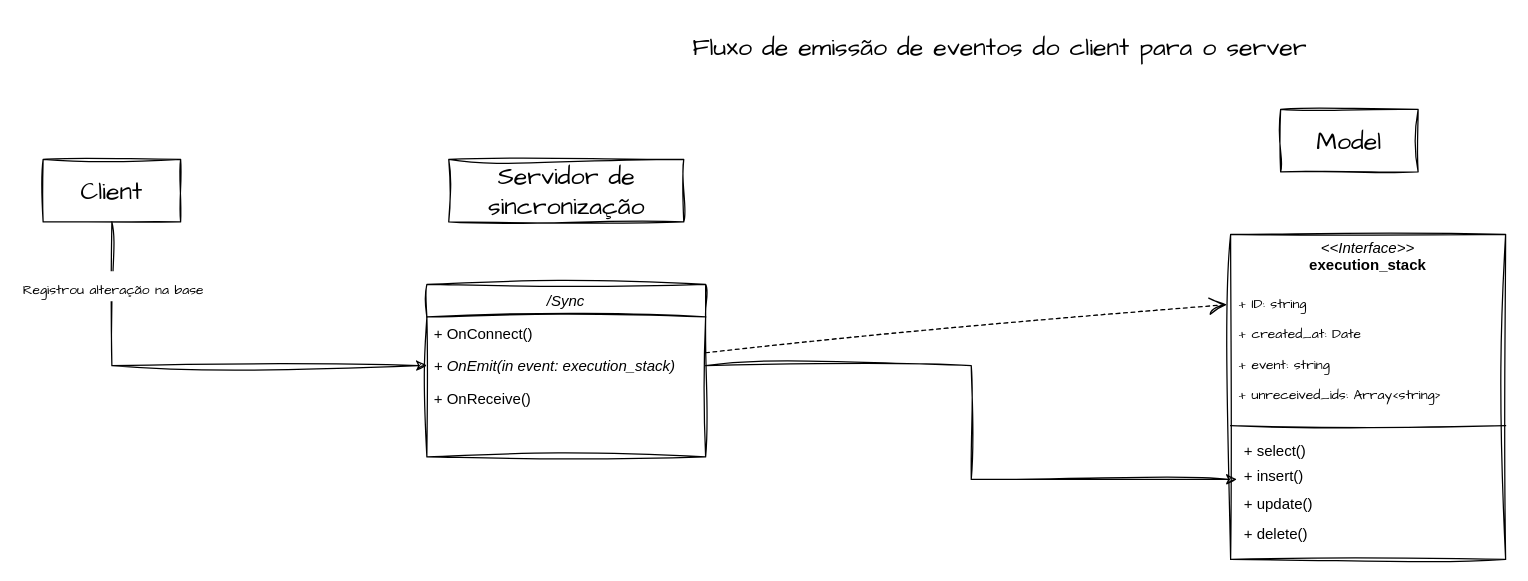
This is page "Emissão de eventos" (2 of 3) of Pulsar Sync.drawio from Vusmonth/uml, a draw.io file, before an edit. Source tidied: cells renumbered, new cells numbered last; positions are measured from the earlier drawing's top-left corner, leaving out a move shared by most shapes. Both pictures are drawn from the tidied source at 125%, with x=0, y=0 at pixel (42, 21).
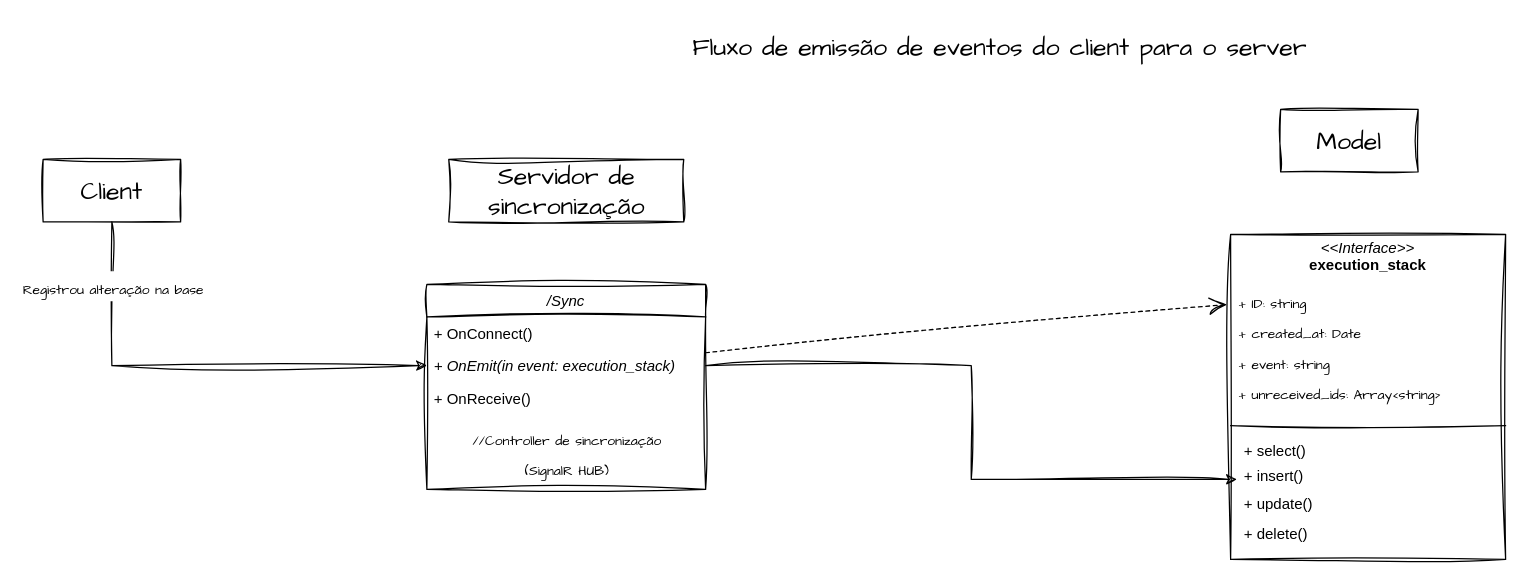
The same diagram, later.

What changed in the source:
```diff
@@
     <mxCell id="7" value="/Sync" style="swimlane;fontStyle=2;align=center;verticalAlign=top;horizontal=1;startSize=26;rounded=0;shadow=0;strokeWidth=1;sketch=1;curveFitting=1;jiggle=2;" parent="1" vertex="1">
-      <mxGeometry x="307" y="210" width="223" height="138" as="geometry" />
+      <mxGeometry x="307" y="210" width="223" height="164" as="geometry" />
     </mxCell>
@@
+    <mxCell id="24" value="&lt;font style=&quot;font-size: 11px;&quot;&gt;//Controller de sincronização&lt;br&gt;(SignalR HUB)&lt;/font&gt;" style="text;html=1;align=center;verticalAlign=middle;strokeColor=none;fillColor=none;fontSize=20;fontFamily=Architects Daughter;" parent="7" vertex="1">
+      <mxGeometry y="104" width="223" height="60" as="geometry" />
+    </mxCell>
```
